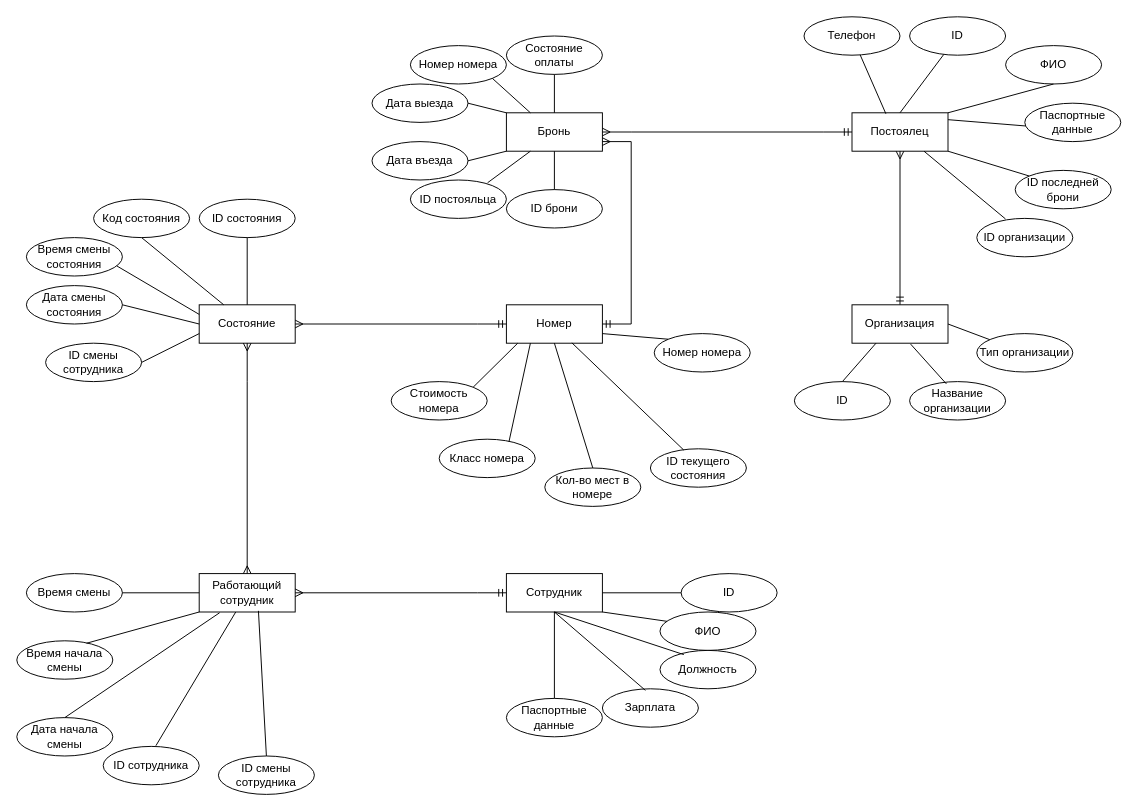
Haxersociety/DataBase_Hostel keeps this draw.io diagram as page "Диаграмма RU" (3 of 3) of Kostylev_Hostel.drawio. Above is the earlier version. Source tidied: cells renumbered, new cells numbered last; positions are measured from the earlier drawing's top-left corner, leaving out a move shared by most shapes. Both pictures are drawn from the tidied source at 96%, with x=0, y=0 at pixel (16, 16).
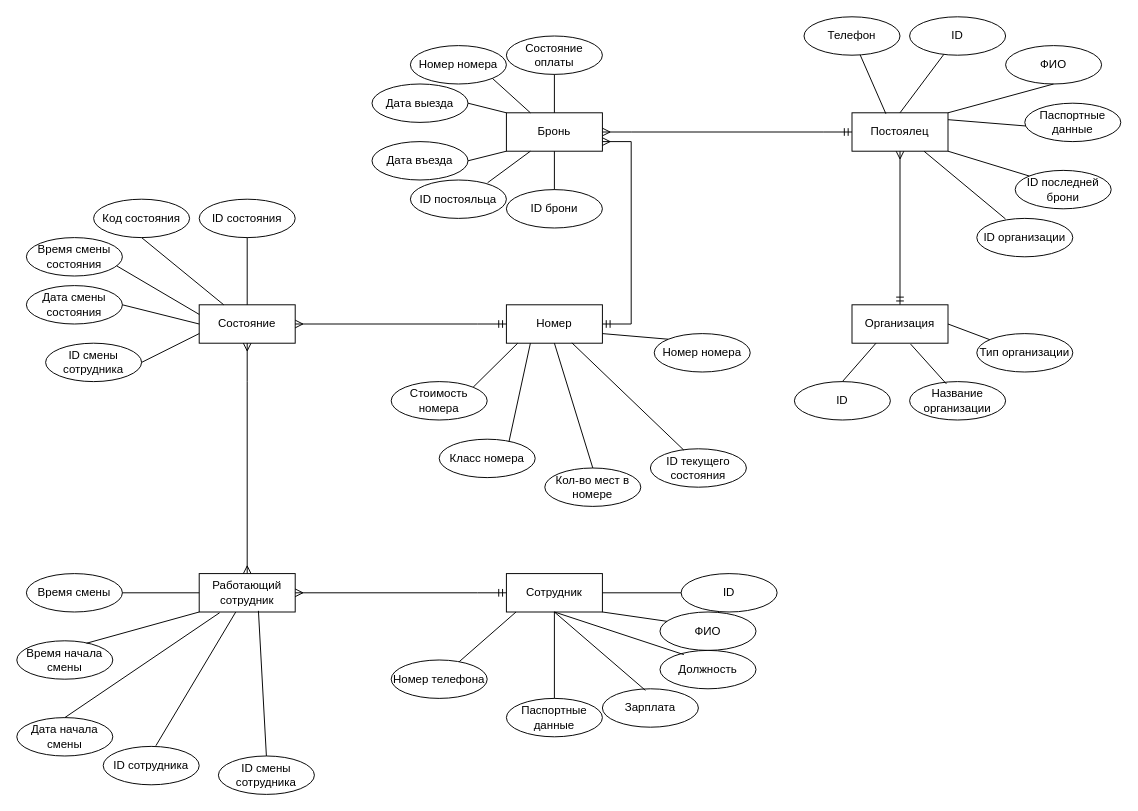
After the change.

What changed in the source:
```diff
@@
+    <mxCell id="85" value="Номер телефона" style="ellipse;whiteSpace=wrap;html=1;align=center;strokeColor=default;" parent="1" vertex="1">
+      <mxGeometry x="390" y="670" width="100" height="40" as="geometry" />
+    </mxCell>
+    <mxCell id="86" style="endArrow=none;html=1;rounded=0;" parent="1" edge="1" source="85">
+      <mxGeometry relative="1" as="geometry">
+        <mxPoint x="520" y="620" as="targetPoint" />
+      </mxGeometry>
+    </mxCell>
```
